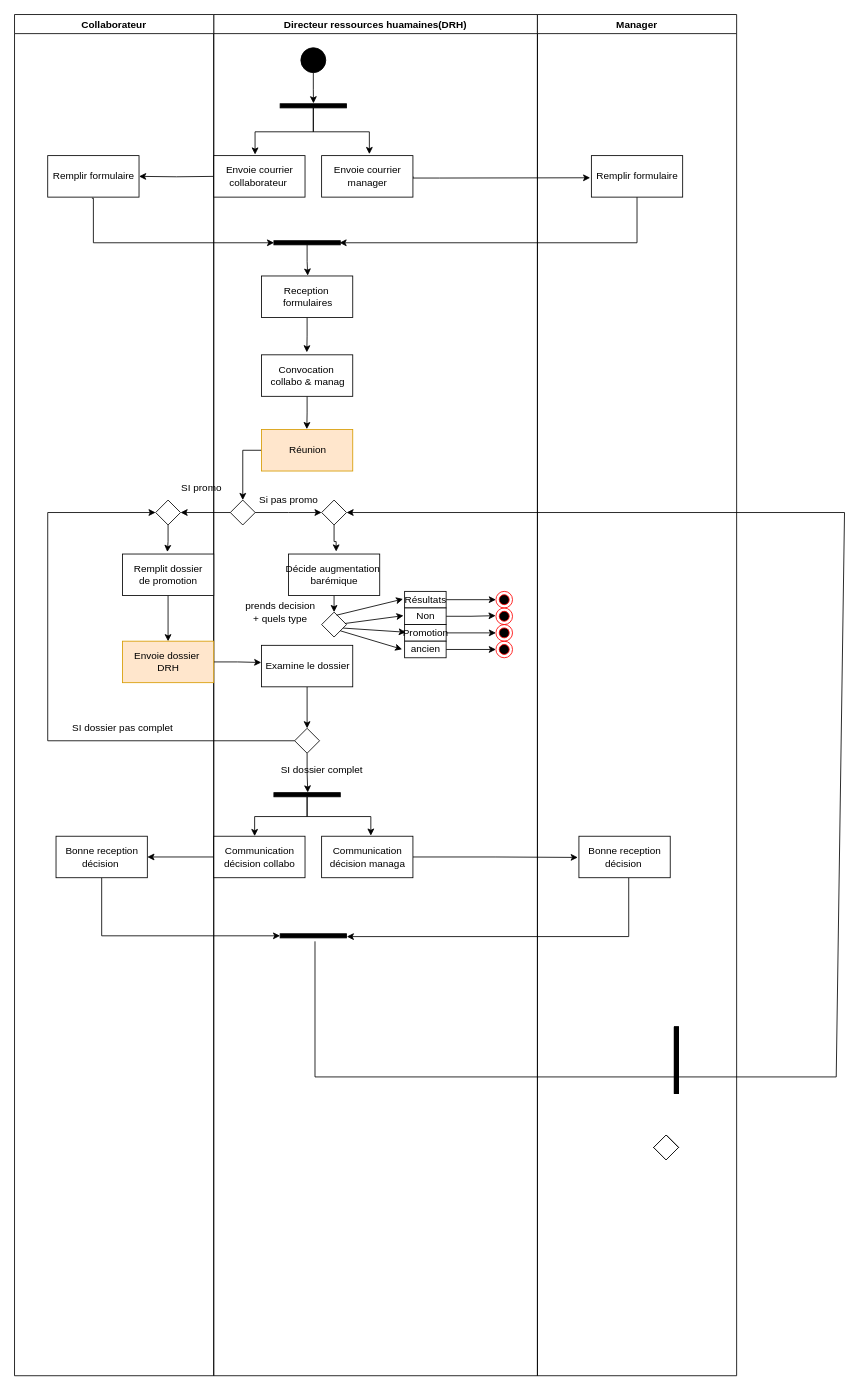
Before: page "GRH 2" (6 of 8) of Exo web AD.drawio in michaelnba23/Ichec, a draw.io diagram. Source tidied: cells renumbered, new cells numbered last; positions are measured from the earlier drawing's top-left corner, leaving out a move shared by most shapes. Both pictures are drawn from the tidied source at 83%, with x=0, y=0 at pixel (14, 14).
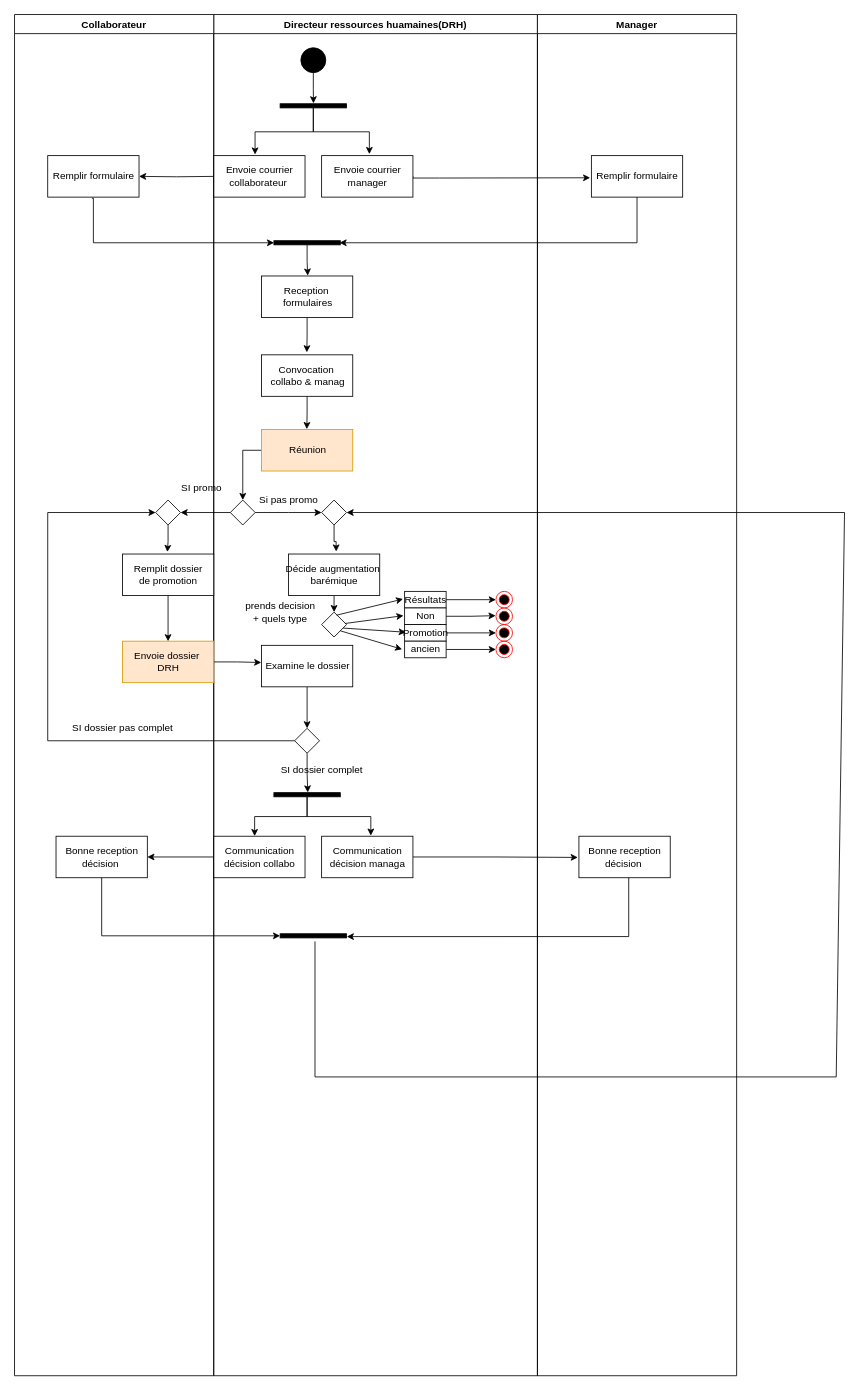
After the change.

Commit message:
Mettre à jour Exo web AD.drawio

Change to the diagram source:
```diff
@@
-    <mxCell id="7" style="rhombus;" parent="1" vertex="1">
-      <mxGeometry x="770" y="1350" width="30" height="30" as="geometry" />
-    </mxCell>
-    <mxCell id="8" style="rhombus;" parent="1" vertex="1">
-      <mxGeometry x="770" y="1350" width="30" height="30" as="geometry" />
-    </mxCell>
-    <mxCell id="9" style="rhombus;" parent="1" vertex="1">
-      <mxGeometry x="770" y="1350" width="30" height="30" as="geometry" />
-    </mxCell>
-    <mxCell id="10" style="rhombus;" parent="1" vertex="1">
-      <mxGeometry x="770" y="1350" width="30" height="30" as="geometry" />
-    </mxCell>
-    <mxCell id="11" style="rhombus;" parent="1" vertex="1">
-      <mxGeometry x="770" y="1350" width="30" height="30" as="geometry" />
-    </mxCell>
-    <mxCell id="12" style="rhombus;" parent="1" vertex="1">
-      <mxGeometry x="770" y="1350" width="30" height="30" as="geometry" />
-    </mxCell>
-    <mxCell id="13" style="rhombus;" parent="1" vertex="1">
-      <mxGeometry x="770" y="1350" width="30" height="30" as="geometry" />
-    </mxCell>
-    <mxCell id="14" style="rhombus;" parent="1" vertex="1">
-      <mxGeometry x="770" y="1350" width="30" height="30" as="geometry" />
-    </mxCell>
-    <mxCell id="15" style="html=1;perimeter=orthogonalPerimeter;fillColor=strokeColor;" parent="1" vertex="1">
-      <mxGeometry x="795" y="1220" width="5" height="80" as="geometry" />
-    </mxCell>
-    <mxCell id="16" style="html=1;perimeter=orthogonalPerimeter;fillColor=strokeColor;" parent="1" vertex="1">
-      <mxGeometry x="795" y="1220" width="5" height="80" as="geometry" />
-    </mxCell>
-    <mxCell id="17" style="html=1;perimeter=orthogonalPerimeter;fillColor=strokeColor;" parent="1" vertex="1">
-      <mxGeometry x="795" y="1220" width="5" height="80" as="geometry" />
-    </mxCell>
-    <mxCell id="18" style="html=1;perimeter=orthogonalPerimeter;fillColor=strokeColor;" parent="1" vertex="1">
-      <mxGeometry x="795" y="1220" width="5" height="80" as="geometry" />
-    </mxCell>
-    <mxCell id="19" style="html=1;perimeter=orthogonalPerimeter;fillColor=strokeColor;" parent="1" vertex="1">
-      <mxGeometry x="795" y="1220" width="5" height="80" as="geometry" />
-    </mxCell>
-    <mxCell id="20" style="html=1;perimeter=orthogonalPerimeter;fillColor=strokeColor;" parent="1" vertex="1">
-      <mxGeometry x="795" y="1220" width="5" height="80" as="geometry" />
-    </mxCell>
```
